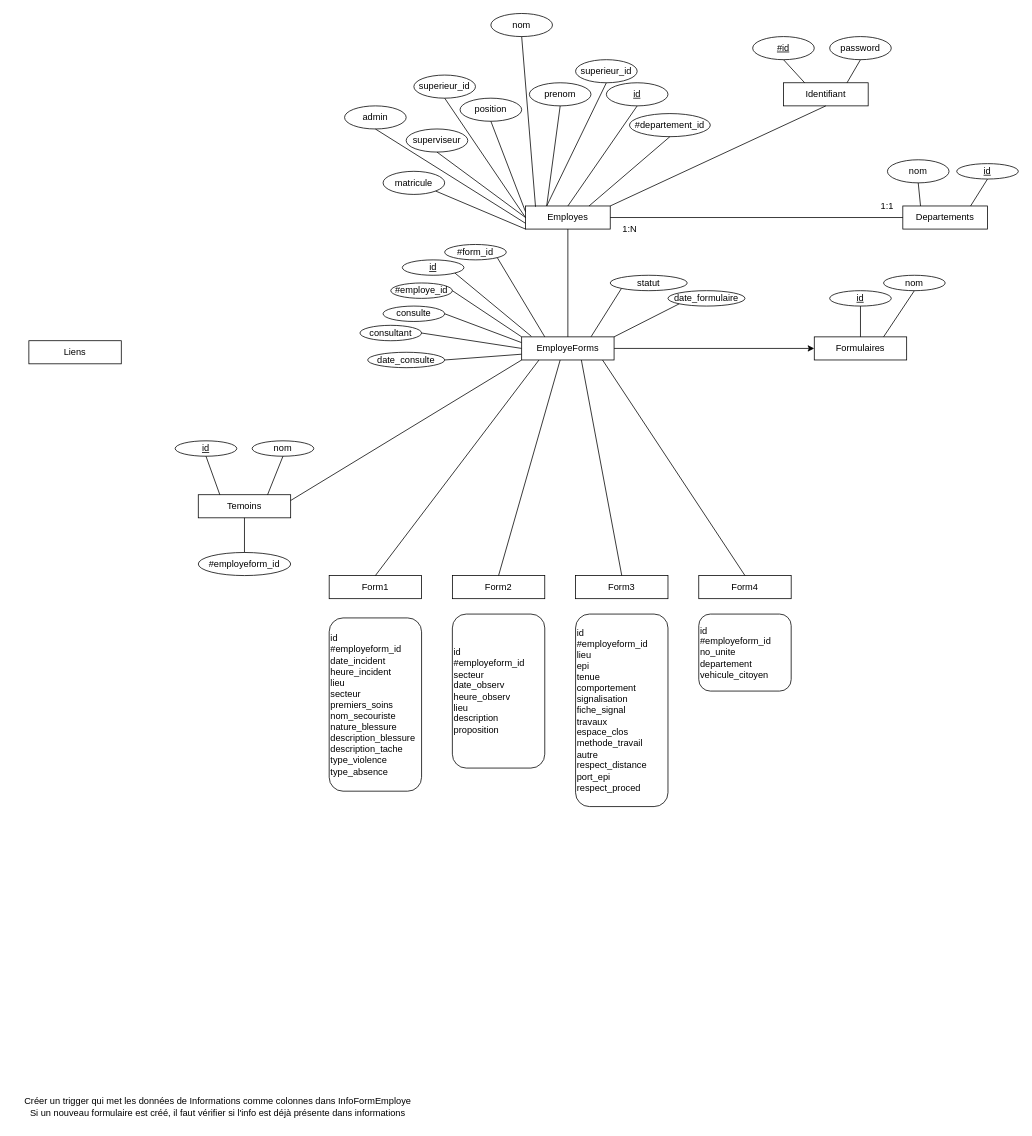
Earlier version of the draw.io diagram Notes/BDD/BDD.drawio (antoineg94/Projet-integration). Source tidied: cells renumbered, new cells numbered last; positions are measured from the earlier drawing's top-left corner, leaving out a move shared by most shapes. Both pictures are drawn from the tidied source at 77%, with x=0, y=0 at pixel (13, 13).
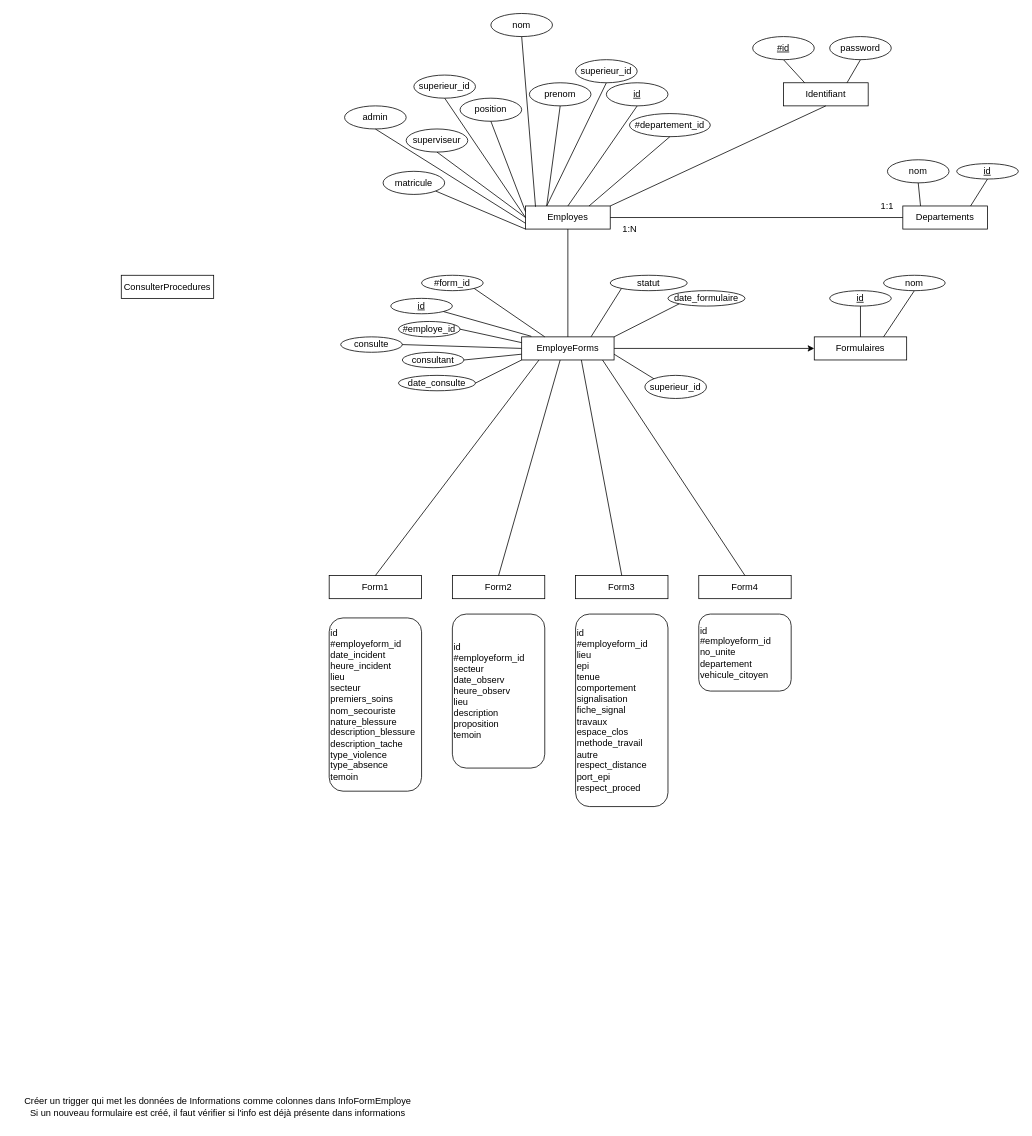
Above is the later version.

Commit message (it also covers changes not shown here):
Temoin retiré de partout

The change refers to these unchanged cells:
```xml
<mxCell id="44" value="EmployeForms" style="rounded=0;whiteSpace=wrap;html=1;" parent="1" vertex="1">
  <mxGeometry x="660" y="420" width="120" height="30" as="geometry" />
</mxCell>
```

Change to the diagram source:
```diff
@@
     <mxCell id="10" value="consulte" style="ellipse;whiteSpace=wrap;html=1;" parent="1" vertex="1">
-      <mxGeometry x="480" y="380" width="80" height="20" as="geometry" />
+      <mxGeometry x="425" y="420" width="80" height="20" as="geometry" />
     </mxCell>
     <mxCell id="11" value="consultant" style="ellipse;whiteSpace=wrap;html=1;" parent="1" vertex="1">
-      <mxGeometry x="450" y="405" width="80" height="20" as="geometry" />
+      <mxGeometry x="505" y="440" width="80" height="20" as="geometry" />
     </mxCell>
     <mxCell id="12" value="date_consulte" style="ellipse;whiteSpace=wrap;html=1;" parent="1" vertex="1">
-      <mxGeometry x="460" y="440" width="100" height="20" as="geometry" />
+      <mxGeometry x="500" y="470" width="100" height="20" as="geometry" />
     </mxCell>
-    <mxCell id="13" style="endArrow=none;html=1;rounded=0;entryX=0;entryY=0.25;entryDx=0;entryDy=0;exitX=1;exitY=0.5;exitDx=0;exitDy=0;" parent="1" edge="1" source="10" target="44">
+    <mxCell id="13" style="endArrow=none;html=1;rounded=0;entryX=0;entryY=0.5;entryDx=0;entryDy=0;exitX=1;exitY=0.5;exitDx=0;exitDy=0;" parent="1" edge="1" source="10" target="44">
       <mxGeometry relative="1" as="geometry" />
     </mxCell>
-    <mxCell id="14" style="endArrow=none;html=1;rounded=0;entryX=0;entryY=0.5;entryDx=0;entryDy=0;exitX=1;exitY=0.5;exitDx=0;exitDy=0;" parent="1" edge="1" source="11" target="44">
+    <mxCell id="14" style="endArrow=none;html=1;rounded=0;entryX=0;entryY=0.75;entryDx=0;entryDy=0;exitX=1;exitY=0.5;exitDx=0;exitDy=0;" parent="1" edge="1" source="11" target="44">
       <mxGeometry relative="1" as="geometry" />
     </mxCell>
-    <mxCell id="15" style="endArrow=none;html=1;rounded=0;entryX=0;entryY=0.75;entryDx=0;entryDy=0;exitX=1;exitY=0.5;exitDx=0;exitDy=0;" parent="1" edge="1" source="12" target="44">
+    <mxCell id="15" style="endArrow=none;html=1;rounded=0;entryX=0;entryY=1;entryDx=0;entryDy=0;exitX=1;exitY=0.5;exitDx=0;exitDy=0;" parent="1" edge="1" source="12" target="44">
       <mxGeometry relative="1" as="geometry" />
     </mxCell>
@@
-    <mxCell id="33" value="id&lt;br&gt;#employeform_id&lt;br&gt;&lt;span style=&quot;background-color: initial;&quot;&gt;date_incident&lt;/span&gt;&lt;br&gt;&lt;div style=&quot;&quot;&gt;heure_incident&lt;/div&gt;&lt;div style=&quot;&quot;&gt;lieu&lt;/div&gt;&lt;div style=&quot;&quot;&gt;secteur&lt;/div&gt;&lt;div style=&quot;&quot;&gt;premiers_soins&lt;/div&gt;&lt;div style=&quot;&quot;&gt;nom_secouriste&lt;/div&gt;&lt;div style=&quot;&quot;&gt;nature_blessure&lt;/div&gt;&lt;div style=&quot;&quot;&gt;description_blessure&lt;/div&gt;&lt;div style=&quot;&quot;&gt;description_tache&lt;/div&gt;&lt;div style=&quot;&quot;&gt;type_violence&lt;/div&gt;&lt;div style=&quot;&quot;&gt;type_absence&lt;/div&gt;" style="rounded=1;whiteSpace=wrap;html=1;align=left;" parent="1" vertex="1">
+    <mxCell id="33" value="id&lt;br&gt;#employeform_id&lt;br&gt;&lt;span style=&quot;background-color: initial;&quot;&gt;date_incident&lt;/span&gt;&lt;br&gt;&lt;div style=&quot;&quot;&gt;heure_incident&lt;/div&gt;&lt;div style=&quot;&quot;&gt;lieu&lt;/div&gt;&lt;div style=&quot;&quot;&gt;secteur&lt;/div&gt;&lt;div style=&quot;&quot;&gt;premiers_soins&lt;/div&gt;&lt;div style=&quot;&quot;&gt;nom_secouriste&lt;/div&gt;&lt;div style=&quot;&quot;&gt;nature_blessure&lt;/div&gt;&lt;div style=&quot;&quot;&gt;description_blessure&lt;/div&gt;&lt;div style=&quot;&quot;&gt;description_tache&lt;/div&gt;&lt;div style=&quot;&quot;&gt;type_violence&lt;/div&gt;&lt;div style=&quot;&quot;&gt;type_absence&lt;/div&gt;&lt;div style=&quot;&quot;&gt;temoin&lt;/div&gt;" style="rounded=1;whiteSpace=wrap;html=1;align=left;" parent="1" vertex="1">
       <mxGeometry x="410" y="785" width="120" height="225" as="geometry" />
     </mxCell>
-    <mxCell id="34" value="id&lt;br&gt;#employeform_id&lt;br&gt;&lt;span style=&quot;background-color: initial;&quot;&gt;secteur&lt;/span&gt;&lt;br&gt;&lt;div style=&quot;&quot;&gt;date_observ&lt;/div&gt;&lt;div style=&quot;&quot;&gt;heure_observ&lt;/div&gt;&lt;div style=&quot;&quot;&gt;lieu&lt;/div&gt;&lt;div style=&quot;&quot;&gt;description&lt;/div&gt;&lt;div style=&quot;&quot;&gt;proposition&lt;/div&gt;" style="rounded=1;whiteSpace=wrap;html=1;align=left;" parent="1" vertex="1">
+    <mxCell id="34" value="id&lt;br&gt;#employeform_id&lt;br&gt;&lt;span style=&quot;background-color: initial;&quot;&gt;secteur&lt;/span&gt;&lt;br&gt;&lt;div style=&quot;&quot;&gt;date_observ&lt;/div&gt;&lt;div style=&quot;&quot;&gt;heure_observ&lt;/div&gt;&lt;div style=&quot;&quot;&gt;lieu&lt;/div&gt;&lt;div style=&quot;&quot;&gt;description&lt;/div&gt;&lt;div style=&quot;&quot;&gt;proposition&lt;/div&gt;&lt;div style=&quot;&quot;&gt;temoin&lt;/div&gt;" style="rounded=1;whiteSpace=wrap;html=1;align=left;" parent="1" vertex="1">
       <mxGeometry x="570" y="780" width="120" height="200" as="geometry" />
     </mxCell>
@@
-    <mxCell id="49" value="Liens" style="rounded=0;whiteSpace=wrap;html=1;" parent="1" vertex="1">
-      <mxGeometry x="20" y="425" width="120" height="30" as="geometry" />
+    <mxCell id="49" value="ConsulterProcedures" style="rounded=0;whiteSpace=wrap;html=1;" parent="1" vertex="1">
+      <mxGeometry x="140" y="340" width="120" height="30" as="geometry" />
     </mxCell>
@@
     <mxCell id="51" value="&lt;u&gt;id&lt;/u&gt;" style="ellipse;whiteSpace=wrap;html=1;" parent="1" vertex="1">
-      <mxGeometry x="505" y="320" width="80" height="20" as="geometry" />
+      <mxGeometry x="490" y="370" width="80" height="20" as="geometry" />
     </mxCell>
@@
     <mxCell id="53" value="#employe_id" style="ellipse;whiteSpace=wrap;html=1;" parent="1" vertex="1">
-      <mxGeometry x="490" y="350" width="80" height="20" as="geometry" />
+      <mxGeometry x="500" y="400" width="80" height="20" as="geometry" />
     </mxCell>
     <mxCell id="54" value="#form_id" style="ellipse;whiteSpace=wrap;html=1;" parent="1" vertex="1">
-      <mxGeometry x="560" y="300" width="80" height="20" as="geometry" />
+      <mxGeometry x="530" y="340" width="80" height="20" as="geometry" />
     </mxCell>
-    <mxCell id="55" style="endArrow=none;html=1;rounded=0;entryX=1;entryY=0.5;entryDx=0;entryDy=0;exitX=0;exitY=0;exitDx=0;exitDy=0;" parent="1" edge="1" source="44" target="53">
+    <mxCell id="55" style="endArrow=none;html=1;rounded=0;entryX=1;entryY=0.5;entryDx=0;entryDy=0;exitX=0;exitY=0.25;exitDx=0;exitDy=0;" parent="1" edge="1" source="44" target="53">
       <mxGeometry relative="1" as="geometry" />
     </mxCell>
@@
-    <mxCell id="57" value="Temoins" style="rounded=0;whiteSpace=wrap;html=1;" parent="1" vertex="1">
-      <mxGeometry x="240" y="625" width="120" height="30" as="geometry" />
-    </mxCell>
-    <mxCell id="58" value="&lt;u&gt;id&lt;/u&gt;" style="ellipse;whiteSpace=wrap;html=1;" parent="1" vertex="1">
-      <mxGeometry x="210" y="555" width="80" height="20" as="geometry" />
-    </mxCell>
-    <mxCell id="59" style="endArrow=none;html=1;rounded=0;entryX=0.5;entryY=1;entryDx=0;entryDy=0;exitX=0.317;exitY=0;exitDx=0;exitDy=0;exitPerimeter=0;" parent="1" edge="1" target="58">
-      <mxGeometry relative="1" as="geometry">
-        <mxPoint x="268" y="625" as="sourcePoint" />
-      </mxGeometry>
-    </mxCell>
-    <mxCell id="60" value="#employeform_id" style="ellipse;whiteSpace=wrap;html=1;" parent="1" vertex="1">
-      <mxGeometry x="240" y="700" width="120" height="30" as="geometry" />
-    </mxCell>
-    <mxCell id="61" style="endArrow=none;html=1;rounded=0;entryX=0.5;entryY=0;entryDx=0;entryDy=0;exitX=0.5;exitY=1;exitDx=0;exitDy=0;" parent="1" edge="1" source="57" target="60">
-      <mxGeometry relative="1" as="geometry" />
-    </mxCell>
-    <mxCell id="62" value="nom" style="ellipse;whiteSpace=wrap;html=1;" parent="1" vertex="1">
-      <mxGeometry x="310" y="555" width="80" height="20" as="geometry" />
-    </mxCell>
-    <mxCell id="63" style="endArrow=none;html=1;rounded=0;entryX=0.5;entryY=1;entryDx=0;entryDy=0;exitX=0.75;exitY=0;exitDx=0;exitDy=0;" parent="1" edge="1" source="57" target="62">
-      <mxGeometry relative="1" as="geometry" />
-    </mxCell>
-    <mxCell id="64" style="endArrow=none;html=1;rounded=0;exitX=1;exitY=0.25;exitDx=0;exitDy=0;entryX=0;entryY=1;entryDx=0;entryDy=0;" parent="1" edge="1" source="57" target="44">
-      <mxGeometry relative="1" as="geometry" />
-    </mxCell>
@@
+    <mxCell id="83" value="superieur_id" style="ellipse;whiteSpace=wrap;html=1;" parent="1" vertex="1">
+      <mxGeometry x="820" y="470" width="80" height="30" as="geometry" />
+    </mxCell>
+    <mxCell id="84" style="endArrow=none;html=1;rounded=0;entryX=1;entryY=0.75;entryDx=0;entryDy=0;exitX=0;exitY=0;exitDx=0;exitDy=0;" parent="1" edge="1" source="83" target="44">
+      <mxGeometry relative="1" as="geometry" />
+    </mxCell>
```
